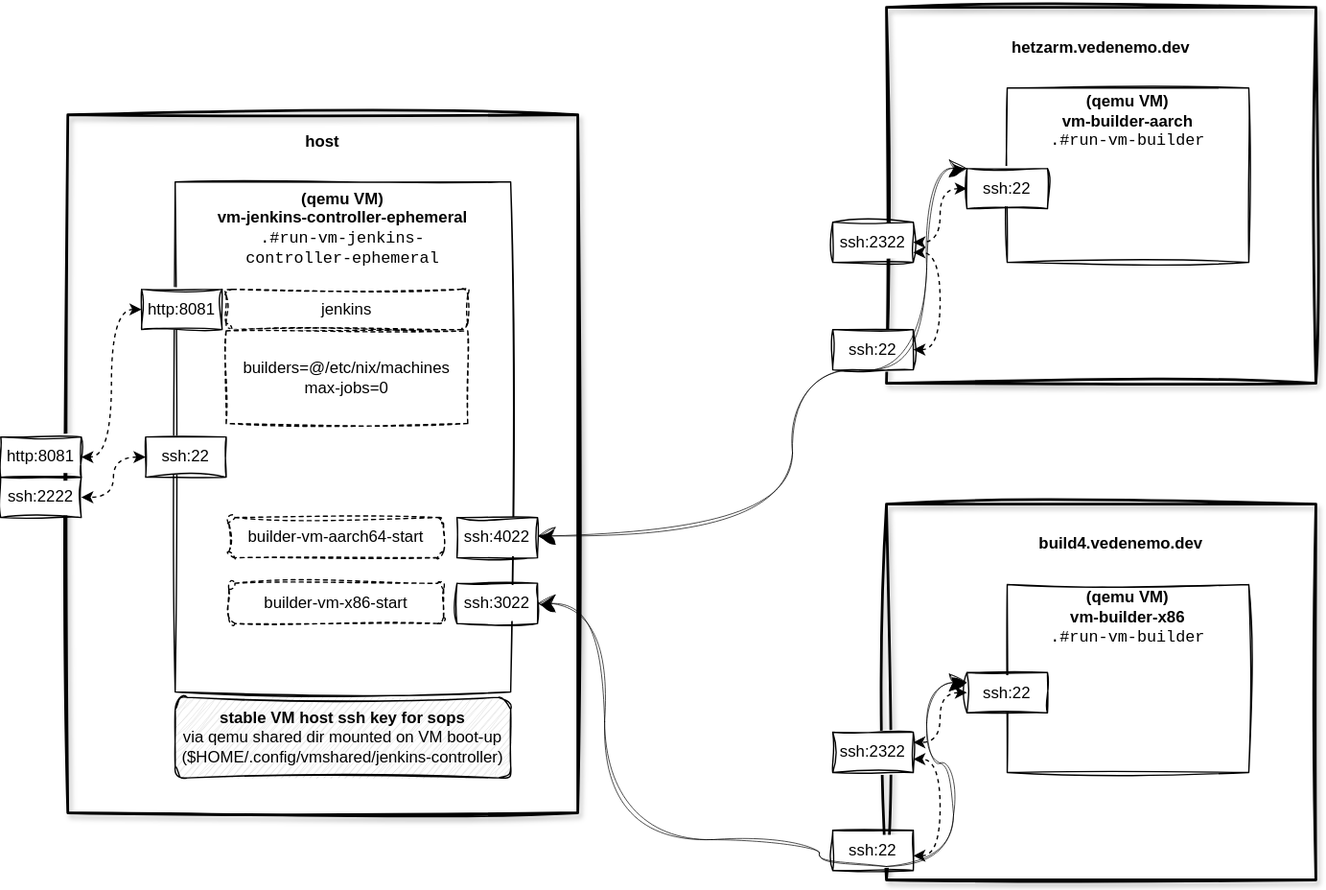
This is doc/img/vm-jenkins-controller-ephemeral.svg from tiiuae/ci-vm-example, a draw.io export, as it was before one commit. Source tidied: cells renumbered, new cells last; positions are measured from the earlier drawing's top-left corner, leaving out a move shared by most shapes.
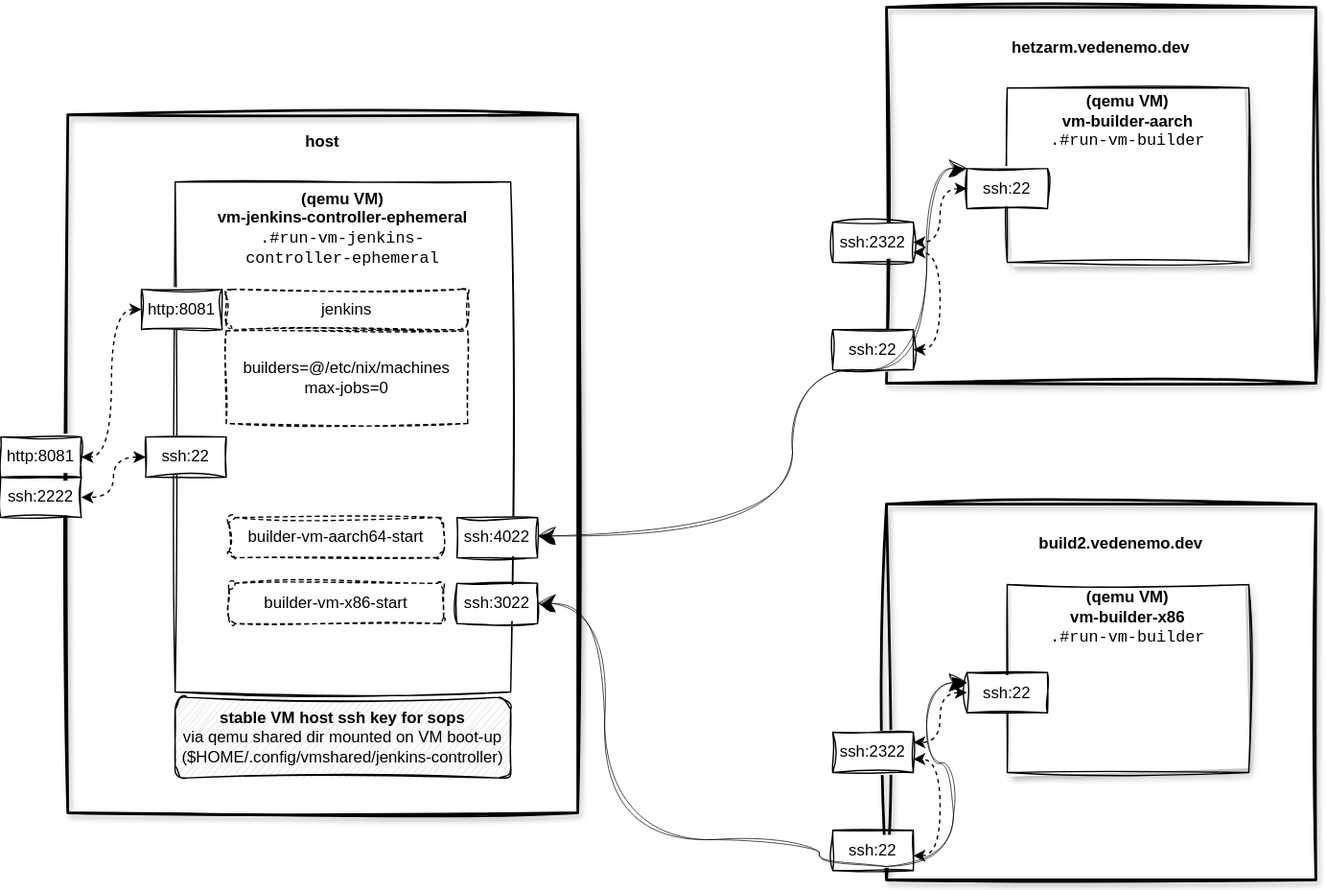
Above is the later version.

Commit message:
Replace remote builder build4 with build2

Diff of the diagram source:
```diff
@@ -47,7 +47,7 @@
     <mxCell id="16" style="rounded=0;whiteSpace=wrap;html=1;fillColor=none;strokeWidth=2;shadow=1;sketch=1;curveFitting=1;jiggle=2;" parent="1" vertex="1">
       <mxGeometry x="660" y="370" width="320" height="280" as="geometry" />
     </mxCell>
-    <mxCell id="17" value="&lt;b&gt;build4.vedenemo.dev&lt;/b&gt;" style="text;html=1;strokeColor=none;fillColor=none;align=center;verticalAlign=middle;whiteSpace=wrap;rounded=0;" parent="1" vertex="1">
+    <mxCell id="17" value="&lt;b&gt;build2.vedenemo.dev&lt;/b&gt;" style="text;html=1;strokeColor=none;fillColor=none;align=center;verticalAlign=middle;whiteSpace=wrap;rounded=0;" parent="1" vertex="1">
       <mxGeometry x="685" y="390" width="300" height="20" as="geometry" />
     </mxCell>
     <mxCell id="18" value="ssh:22" style="rounded=0;whiteSpace=wrap;html=1;glass=0;fillStyle=auto;fillColor=default;sketch=1;curveFitting=1;jiggle=2;" parent="1" vertex="1">
@@ -56,13 +56,13 @@
     <mxCell id="19" value="ssh:22" style="rounded=0;whiteSpace=wrap;html=1;glass=0;fillStyle=auto;fillColor=default;sketch=1;curveFitting=1;jiggle=2;" parent="1" vertex="1">
       <mxGeometry x="620" y="613" width="60" height="30" as="geometry" />
     </mxCell>
-    <mxCell id="20" style="rounded=0;whiteSpace=wrap;html=1;sketch=1;curveFitting=1;jiggle=2;" parent="1" vertex="1">
+    <mxCell id="20" style="rounded=0;whiteSpace=wrap;html=1;sketch=1;curveFitting=1;jiggle=2;shadow=1;glass=0;" parent="1" vertex="1">
       <mxGeometry x="750" y="60" width="180" height="130" as="geometry" />
     </mxCell>
     <mxCell id="21" value="&lt;b&gt;(qemu VM)&lt;br&gt;vm-builder-aarch&lt;br&gt;&lt;/b&gt;&lt;font face=&quot;Courier New&quot;&gt;.#run-vm-builder&lt;/font&gt;" style="text;html=1;strokeColor=none;fillColor=none;align=center;verticalAlign=middle;whiteSpace=wrap;rounded=0;" parent="1" vertex="1">
       <mxGeometry x="750" y="60" width="180" height="50" as="geometry" />
     </mxCell>
-    <mxCell id="22" style="rounded=0;whiteSpace=wrap;html=1;sketch=1;curveFitting=1;jiggle=2;" parent="1" vertex="1">
+    <mxCell id="22" style="rounded=0;whiteSpace=wrap;html=1;sketch=1;curveFitting=1;jiggle=2;shadow=1;" parent="1" vertex="1">
       <mxGeometry x="750" y="430" width="180" height="140" as="geometry" />
     </mxCell>
     <mxCell id="23" value="&lt;b&gt;(qemu VM)&lt;br&gt;vm-builder-x86&lt;br&gt;&lt;/b&gt;&lt;font face=&quot;Courier New&quot;&gt;.#run-vm-builder&lt;/font&gt;" style="text;html=1;strokeColor=none;fillColor=none;align=center;verticalAlign=middle;whiteSpace=wrap;rounded=0;" parent="1" vertex="1">
```
